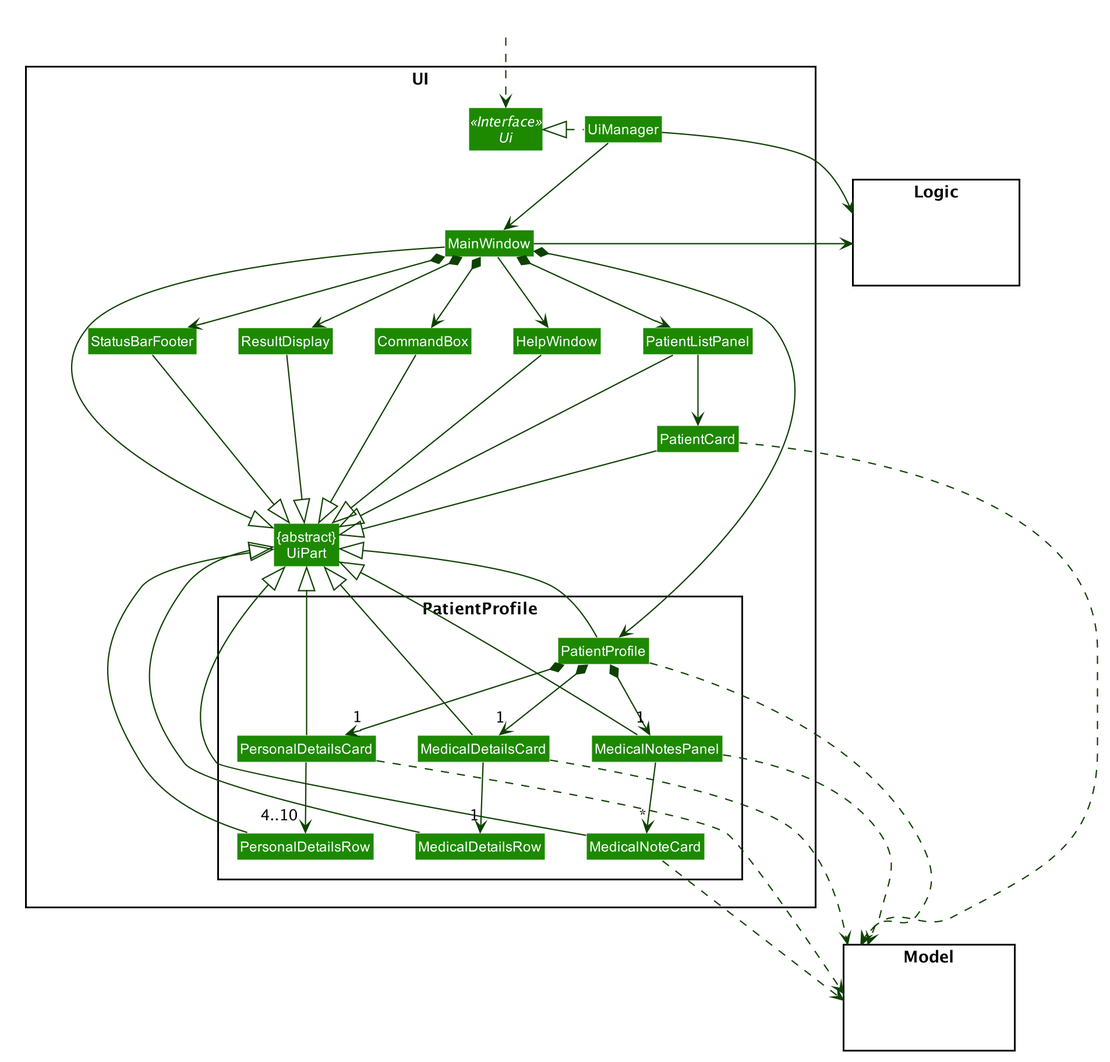
The PlantUML diagram docs/images/UiClassDiagram.png in wang-jun-hao/tp, before a commit.
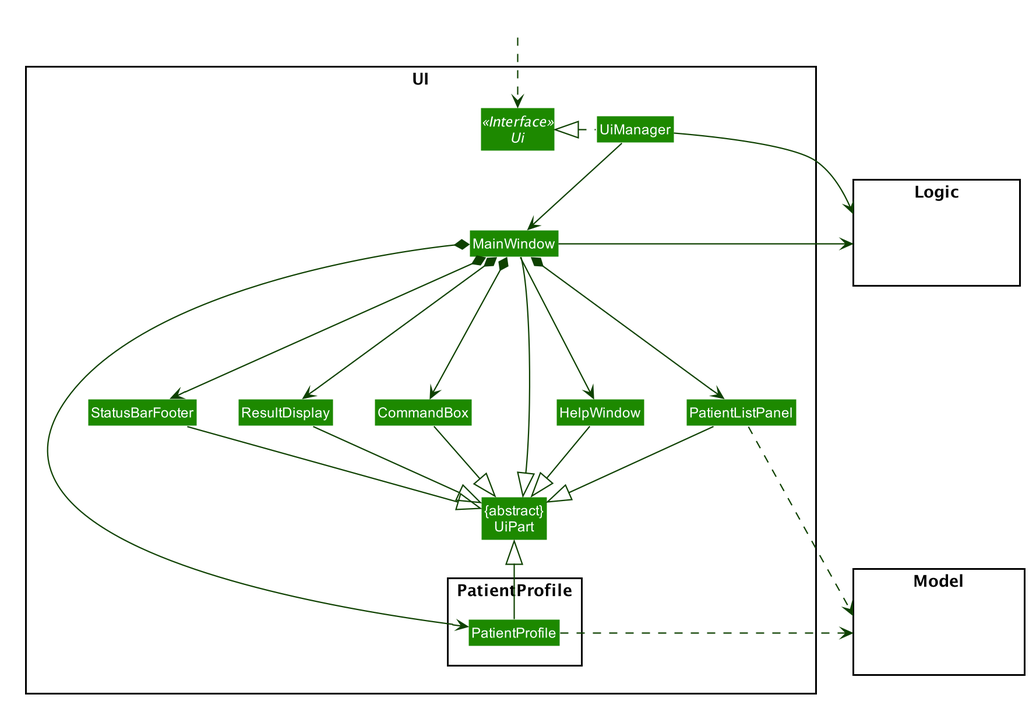
Later version of the same file.

Diff of the diagram source:
```diff
@@ -59,18 +59,11 @@
 Class HelpWindow
 Class ResultDisplay
 Class PatientListPanel
-Class PatientCard
 Class StatusBarFooter
 Class CommandBox
 
 Package PatientProfile {
 Class PatientProfile
-Class PersonalDetailsCard
-Class PersonalDetailsRow
-Class MedicalDetailsCard
-Class MedicalDetailsRow
-Class MedicalNotesPanel
-Class MedicalNoteCard
 }
 }
 
@@ -90,54 +83,30 @@
 MainWindow --> HelpWindow
 MainWindow *-down-> CommandBox
 MainWindow *-down-> ResultDisplay
-MainWindow *-down-> PatientListPanel
-MainWindow *-down-> PatientProfile
+MainWindow *-down--> PatientListPanel
+MainWindow *--> PatientProfile
 MainWindow *-down-> StatusBarFooter
-
-PatientListPanel -down-> PatientCard
 
 MainWindow -left-|> UiPart
 
 ResultDisplay --|> UiPart
 CommandBox --|> UiPart
 PatientListPanel --|> UiPart
-PatientCard --|> UiPart
 StatusBarFooter --|> UiPart
 HelpWindow -down-|> UiPart
 PatientProfile -up-|> UiPart
-PersonalDetailsCard -up-|> UiPart
-PersonalDetailsRow -up-|> UiPart
-MedicalDetailsCard -up-|> UiPart
-MedicalDetailsRow -up-|> UiPart
-MedicalNotesPanel -up-|> UiPart
-MedicalNoteCard -up-|> UiPart
 
-PatientCard ..> Model
+
+PatientListPanel .right.> Model
 UiManager -right-> Logic
 MainWindow -left-> Logic
 
 PatientProfile .right.> Model
-PatientProfile *--> "1" PersonalDetailsCard
-PatientProfile *--> "1" MedicalDetailsCard
-PatientProfile *--> "1" MedicalNotesPanel
-
-PersonalDetailsCard .right.> Model
-PersonalDetailsCard --> "4..10" PersonalDetailsRow
-
-MedicalDetailsCard .right.> Model
-MedicalDetailsCard --> "1" MedicalDetailsRow
-
-MedicalNotesPanel .right.> Model
-MedicalNotesPanel --> "*" MedicalNoteCard
-MedicalNoteCard ..> Model
 
 PatientListPanel -[hidden]left- HelpWindow
 HelpWindow -[hidden]left- CommandBox
 CommandBox -[hidden]left- ResultDisplay
 ResultDisplay -[hidden]left- StatusBarFooter
 
-PersonalDetailsCard -[hidden]right- MedicalDetailsCard
-MedicalDetailsCard -[hidden]right- MedicalNotesPanel
-
 MainWindow -[hidden]-|> UiPart
 @enduml
```
